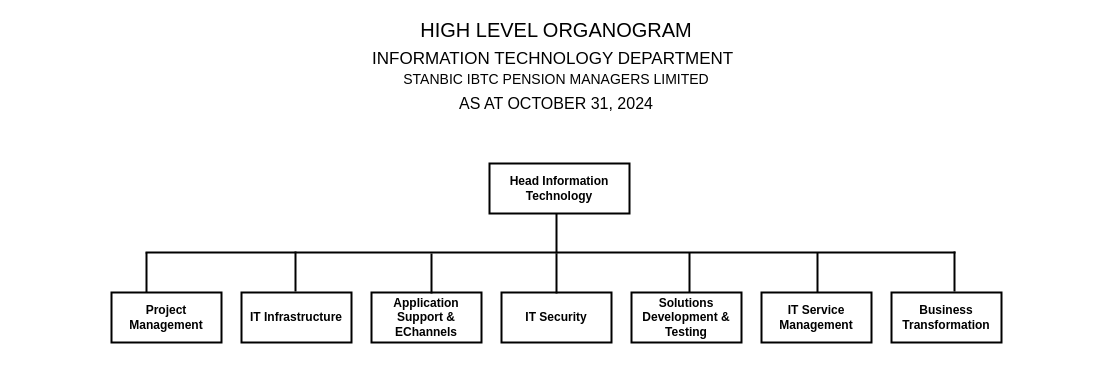
Before: page "High Level" (3 of 3) of organogram.drawio in Great-B/standard-arch-diagrams, a draw.io diagram. Source tidied: cells renumbered, new cells numbered last; positions are measured from the earlier drawing's top-left corner, leaving out a move shared by most shapes. Both pictures are drawn from the tidied source at 100%, with x=0, y=0 at pixel (17, 17).
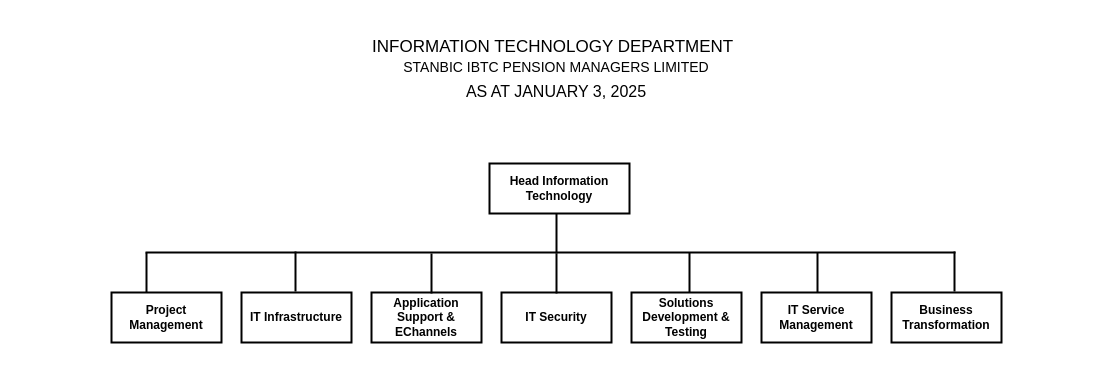
The same page after the edit.

The edit, as a diff of the source:
```diff
@@
-    <mxCell id="20" value="&lt;font style=&quot;&quot;&gt;&lt;font style=&quot;font-size: 20px;&quot;&gt;HIGH LEVEL ORGANOGRAM&lt;/font&gt;&lt;br&gt;&lt;/font&gt;&lt;div style=&quot;&quot;&gt;&lt;font style=&quot;&quot;&gt;&lt;font style=&quot;&quot;&gt;&lt;span style=&quot;background-color: initial;&quot;&gt;&lt;font style=&quot;font-size: 17px;&quot;&gt;INFORMATION TECHNOLOGY DEPARTMENT&lt;/font&gt;&lt;/span&gt;&lt;span style=&quot;font-size: 24px; background-color: initial;&quot;&gt;&amp;nbsp;&lt;br&gt;&lt;/span&gt;&lt;font style=&quot;font-size: 14px;&quot;&gt;STANBIC IBTC PENSION MANAGERS LIMITED&lt;/font&gt;&lt;/font&gt;&lt;/font&gt;&lt;div style=&quot;font-size: 23px;&quot;&gt;&lt;font size=&quot;3&quot; style=&quot;&quot;&gt;AS AT OCTOBER 31, 2024&lt;/font&gt;&lt;/div&gt;&lt;/div&gt;" style="rounded=0;whiteSpace=wrap;html=1;strokeColor=none;fillColor=none;" parent="1" vertex="1">
+    <mxCell id="20" value="&lt;div style=&quot;&quot;&gt;&lt;font style=&quot;&quot;&gt;&lt;font style=&quot;&quot;&gt;&lt;span style=&quot;background-color: initial;&quot;&gt;&lt;font style=&quot;font-size: 17px;&quot;&gt;INFORMATION TECHNOLOGY DEPARTMENT&lt;/font&gt;&lt;/span&gt;&lt;span style=&quot;font-size: 24px; background-color: initial;&quot;&gt;&amp;nbsp;&lt;br&gt;&lt;/span&gt;&lt;font style=&quot;font-size: 14px;&quot;&gt;STANBIC IBTC PENSION MANAGERS LIMITED&lt;/font&gt;&lt;/font&gt;&lt;/font&gt;&lt;div style=&quot;font-size: 23px;&quot;&gt;&lt;font size=&quot;3&quot; style=&quot;&quot;&gt;AS AT JANUARY 3, 2025&lt;/font&gt;&lt;/div&gt;&lt;/div&gt;" style="rounded=0;whiteSpace=wrap;html=1;strokeColor=none;fillColor=none;" parent="1" vertex="1">
       <mxGeometry width="1078" height="98" as="geometry" />
     </mxCell>
```
